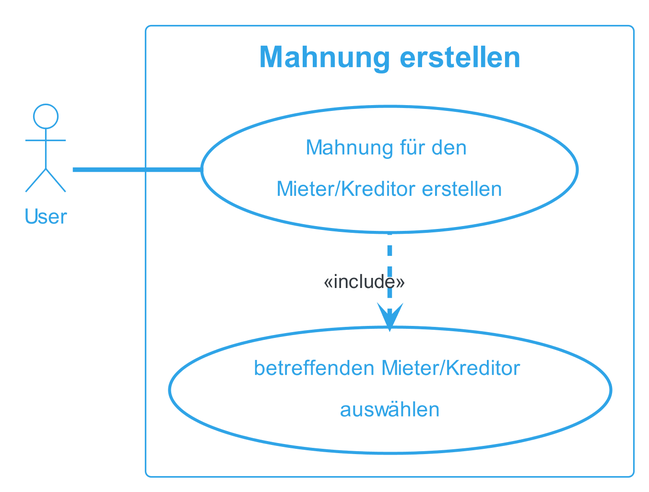
sirtheta/ImmoGlobal_Semesterarbeit keeps this PlantUML diagram as docs/content/diagrams/out/usecase/mahnungGenerieren/MahnungErstellen.png. Above is the earlier version.
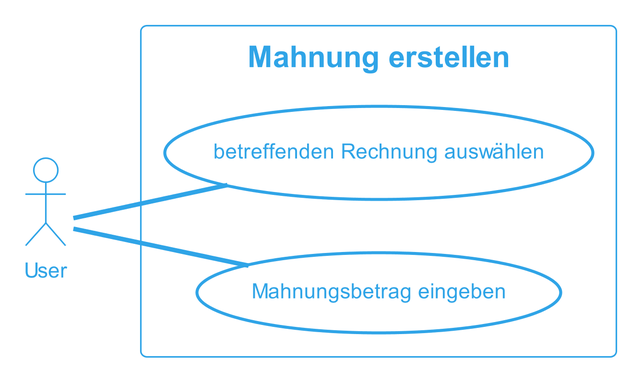
The same file after the commit.

What changed in the source:
```diff
@@ -2,12 +2,13 @@
 !theme cerulean-outline
 skinparam dpi 300
 left to right direction
-actor "User" as fc
+actor "User" as user
 rectangle "Mahnung erstellen" {
-  usecase "Mahnung für den \nMieter/Kreditor erstellen" as UC1
-  usecase "betreffenden Mieter/Kreditor \nauswählen"as inc1
+  usecase "betreffenden Rechnung auswählen"as UC1
+  usecase "Mahnungsbetrag eingeben" as UC2
 
 }
-fc -- UC1
-UC1 .left.> inc1 : <<include>>
+user -- UC1
+user -- UC2
+
 @enduml
```
